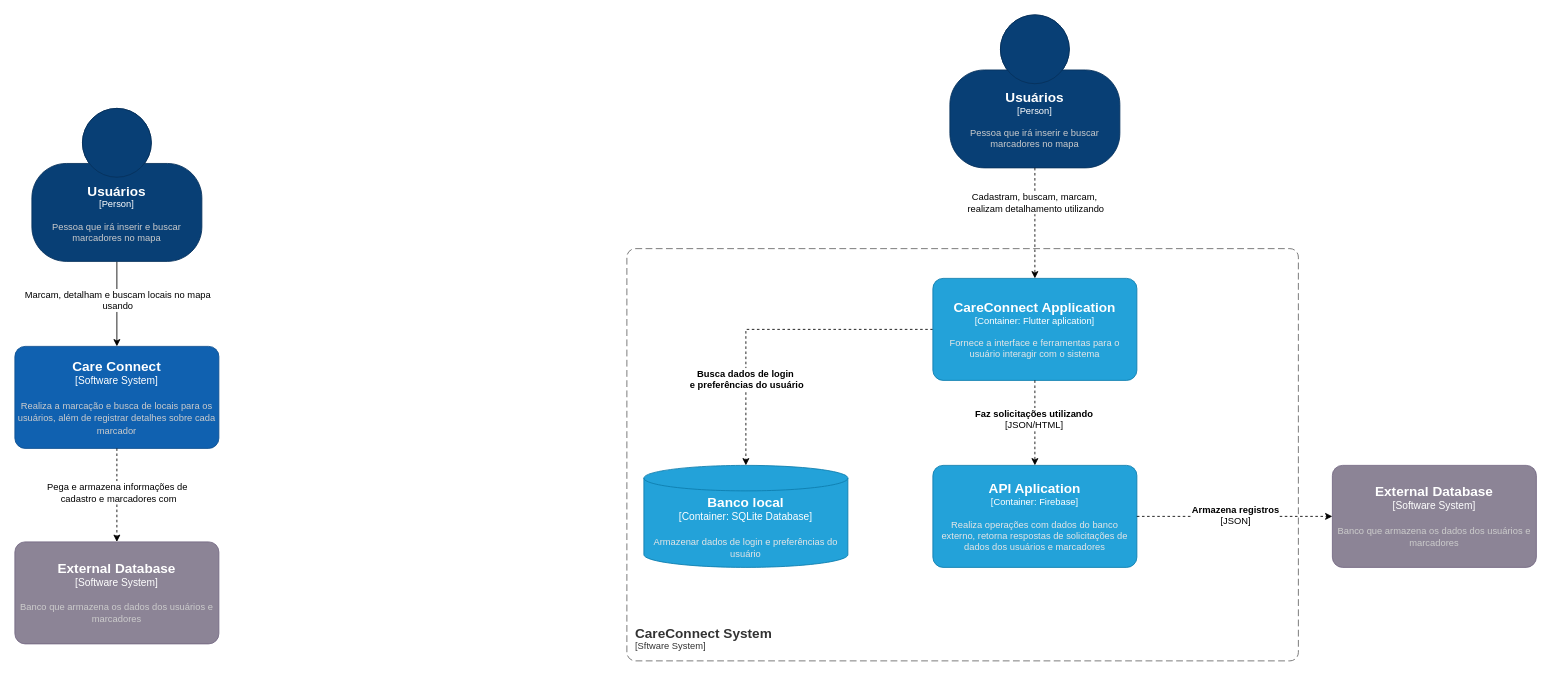
The draw.io diagram page "Nivel 1" (1 of 4) of C2_C4Model.drawio in MiguelStFR/CareConnect, before the edit. Source tidied: cells renumbered, new cells numbered last; positions are measured from the earlier drawing's top-left corner, leaving out a move shared by most shapes. Both pictures are drawn from the tidied source at 85%, with x=0, y=0 at pixel (14, 14).
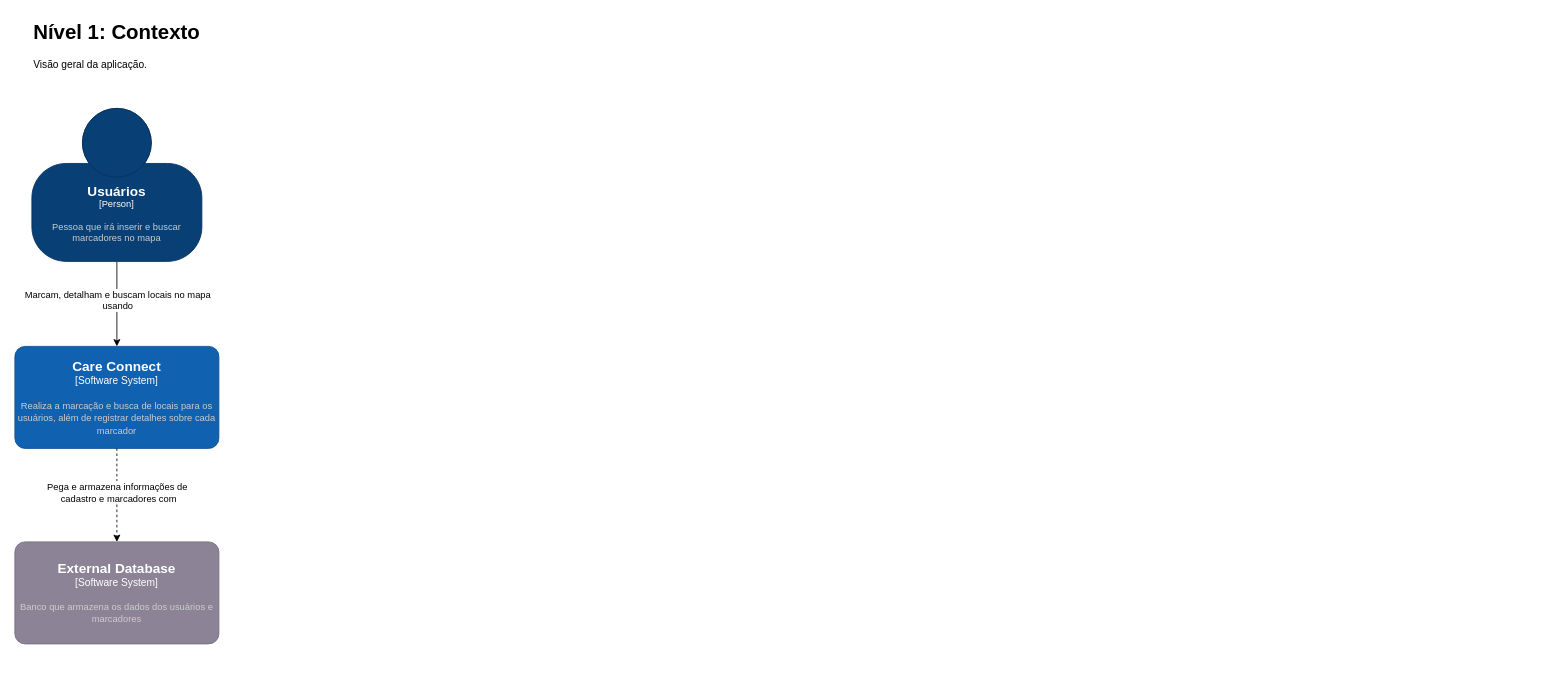
Above is the later version.

Diff of the diagram source:
```diff
@@
-    <object id="9" label="&lt;font style=&quot;font-size: 16px&quot;&gt;&lt;b&gt;%c4Name%&lt;/b&gt;&lt;/font&gt;&lt;div&gt;[%c4Type%]&lt;/div&gt;&lt;br&gt;&lt;div&gt;&lt;font style=&quot;font-size: 11px&quot;&gt;&lt;font color=&quot;#cccccc&quot;&gt;%c4Description%&lt;/font&gt;&lt;/div&gt;" c4Description="Pessoa que irá inserir e buscar marcadores no mapa" c4Name="Usuários" c4Type="Person" placeholders="1">
-      <mxCell style="html=1;fontSize=11;dashed=0;whiteSpace=wrap;fillColor=#083F75;strokeColor=#06315C;fontColor=#ffffff;shape=mxgraph.c4.person2;align=center;points=[[0.5,0,0],[1,0.5,0],[1,0.75,0],[0.75,1,0],[0.5,1,0],[0.25,1,0],[0,0.75,0],[0,0.5,0]];" parent="1" vertex="1">
-        <mxGeometry x="1100" width="200" height="180" as="geometry" />
-      </mxCell>
-    </object>
-    <object id="10" label="&lt;font style=&quot;font-size: 16px&quot;&gt;&lt;b&gt;&lt;div style=&quot;text-align: left&quot;&gt;%c4Name%&lt;/div&gt;&lt;/b&gt;&lt;/font&gt;&lt;div style=&quot;text-align: left&quot;&gt;[%c4Application%]&lt;/div&gt;" c4Application="Sftware System" c4Name="CareConnect System" placeholders="1">
-      <mxCell style="rounded=1;fontSize=11;whiteSpace=wrap;html=1;dashed=1;arcSize=20;fillColor=none;strokeColor=#666666;fontColor=#333333;labelBackgroundColor=none;align=left;verticalAlign=bottom;labelBorderColor=none;spacingTop=0;spacing=10;dashPattern=8 4;perimeter=rectanglePerimeter;noLabel=0;labelPadding=0;absoluteArcSize=1;" parent="1" vertex="1">
-        <mxGeometry x="720" y="275" width="790" height="485" as="geometry" />
-      </mxCell>
-    </object>
-    <object id="11" label="&lt;font style=&quot;font-size: 16px&quot;&gt;&lt;b&gt;%c4Name%&lt;/b&gt;&lt;/font&gt;&lt;div&gt;[%c4Type%:&amp;nbsp;%c4Technology%]&lt;/div&gt;&lt;br&gt;&lt;div&gt;&lt;font style=&quot;font-size: 11px&quot;&gt;&lt;font color=&quot;#E6E6E6&quot;&gt;%c4Description%&lt;/font&gt;&lt;/div&gt;" c4Description="Armazenar dados de login e preferências do usuário" c4Name="Banco local" c4Technology="SQLite Database" c4Type="Container" placeholders="1">
-      <mxCell style="shape=cylinder3;size=15;whiteSpace=wrap;html=1;boundedLbl=1;rounded=0;labelBackgroundColor=none;fillColor=#23A2D9;fontSize=12;fontColor=#ffffff;align=center;strokeColor=#0E7DAD;points=[[0.5,0,0],[1,0.25,0],[1,0.5,0],[1,0.75,0],[0.5,1,0],[0,0.75,0],[0,0.5,0],[0,0.25,0]];" parent="1" vertex="1">
-        <mxGeometry x="740" y="530" width="240" height="120" as="geometry" />
-      </mxCell>
-    </object>
-    <mxCell id="12" style="edgeStyle=orthogonalEdgeStyle;rounded=0;jettySize=auto;html=1;exitX=0;exitY=0.5;exitDx=0;exitDy=0;exitPerimeter=0;dashed=1;entryX=0.5;entryY=0;entryDx=0;entryDy=0;entryPerimeter=0;" parent="1" edge="1" source="14" target="11">
-      <mxGeometry relative="1" as="geometry" />
-    </mxCell>
-    <mxCell id="13" value="&lt;b&gt;Busca dados de login&amp;nbsp;&lt;/b&gt;&lt;div&gt;&lt;b&gt;e&amp;nbsp;&lt;/b&gt;&lt;b&gt;preferências&lt;/b&gt;&lt;b&gt;&amp;nbsp;do usuário&lt;/b&gt;&lt;/div&gt;" style="edgeLabel;html=1;align=center;verticalAlign=middle;" parent="12" vertex="1">
-      <mxGeometry x="0.33" y="-1" relative="1" as="geometry">
-        <mxPoint x="1" y="25" as="offset" />
-      </mxGeometry>
-    </mxCell>
-    <object id="14" label="&lt;font style=&quot;font-size: 16px&quot;&gt;&lt;b&gt;%c4Name%&lt;/b&gt;&lt;/font&gt;&lt;div&gt;[%c4Type%: %c4Technology%]&lt;/div&gt;&lt;br&gt;&lt;div&gt;&lt;font style=&quot;font-size: 11px&quot;&gt;&lt;font color=&quot;#E6E6E6&quot;&gt;%c4Description%&lt;/font&gt;&lt;/div&gt;" c4Description="Fornece a interface e ferramentas para o usuário interagir com o sistema" c4Name="CareConnect Application" c4Technology="Flutter aplication" c4Type="Container" placeholders="1">
-      <mxCell style="rounded=1;whiteSpace=wrap;html=1;fontSize=11;labelBackgroundColor=none;fillColor=#23A2D9;fontColor=#ffffff;align=center;arcSize=10;strokeColor=#0E7DAD;points=[[0.25,0,0],[0.5,0,0],[0.75,0,0],[1,0.25,0],[1,0.5,0],[1,0.75,0],[0.75,1,0],[0.5,1,0],[0.25,1,0],[0,0.75,0],[0,0.5,0],[0,0.25,0]];" parent="1" vertex="1">
-        <mxGeometry x="1080" y="310" width="240" height="120" as="geometry" />
-      </mxCell>
-    </object>
-    <mxCell id="15" style="edgeStyle=orthogonalEdgeStyle;rounded=0;jettySize=auto;html=1;exitX=0.5;exitY=1;exitDx=0;exitDy=0;exitPerimeter=0;entryX=0.5;entryY=0;entryDx=0;entryDy=0;entryPerimeter=0;dashed=1;" parent="1" edge="1" source="9" target="14">
-      <mxGeometry relative="1" as="geometry" />
-    </mxCell>
-    <mxCell id="16" value="Cadastram, buscam, marcam,&amp;nbsp;&lt;div&gt;realizam detalhamento utilizando&lt;/div&gt;" style="edgeLabel;html=1;align=center;verticalAlign=middle;" parent="15" vertex="1">
-      <mxGeometry y="-2" relative="1" as="geometry">
-        <mxPoint x="2" y="-25" as="offset" />
-      </mxGeometry>
-    </mxCell>
-    <object id="17" label="&lt;font style=&quot;font-size: 16px&quot;&gt;&lt;b&gt;%c4Name%&lt;/b&gt;&lt;/font&gt;&lt;div&gt;[%c4Type%: %c4Technology%]&lt;/div&gt;&lt;br&gt;&lt;div&gt;&lt;font style=&quot;font-size: 11px&quot;&gt;&lt;font color=&quot;#E6E6E6&quot;&gt;%c4Description%&lt;/font&gt;&lt;/div&gt;" c4Description="Realiza operações com dados do banco externo, retorna respostas de solicitações de dados dos usuários e marcadores" c4Name="API Aplication" c4Technology="Firebase" c4Type="Container" placeholders="1">
-      <mxCell style="rounded=1;whiteSpace=wrap;html=1;fontSize=11;labelBackgroundColor=none;fillColor=#23A2D9;fontColor=#ffffff;align=center;arcSize=10;strokeColor=#0E7DAD;points=[[0.25,0,0],[0.5,0,0],[0.75,0,0],[1,0.25,0],[1,0.5,0],[1,0.75,0],[0.75,1,0],[0.5,1,0],[0.25,1,0],[0,0.75,0],[0,0.5,0],[0,0.25,0]];" parent="1" vertex="1">
-        <mxGeometry x="1080" y="530" width="240" height="120" as="geometry" />
-      </mxCell>
-    </object>
-    <mxCell id="18" style="edgeStyle=orthogonalEdgeStyle;rounded=0;jettySize=auto;html=1;exitX=0.5;exitY=1;exitDx=0;exitDy=0;exitPerimeter=0;entryX=0.5;entryY=0;entryDx=0;entryDy=0;entryPerimeter=0;dashed=1;" parent="1" edge="1" source="14" target="17">
-      <mxGeometry relative="1" as="geometry" />
-    </mxCell>
-    <mxCell id="19" value="&lt;b&gt;Faz solicitações utilizando&lt;/b&gt;&lt;div&gt;[JSON/HTML]&lt;/div&gt;" style="edgeLabel;html=1;align=center;verticalAlign=middle;" parent="18" vertex="1">
-      <mxGeometry x="-0.11" y="-2" relative="1" as="geometry" />
-    </mxCell>
-    <object id="20" label="&lt;font style=&quot;font-size: 16px&quot;&gt;&lt;b&gt;%c4Name%&lt;/b&gt;&lt;/font&gt;&lt;div&gt;[%c4Type%]&lt;/div&gt;&lt;br&gt;&lt;div&gt;&lt;font style=&quot;font-size: 11px&quot;&gt;&lt;font color=&quot;#cccccc&quot;&gt;%c4Description%&lt;/font&gt;&lt;/div&gt;" c4Description="Banco que armazena os dados dos usuários e marcadores" c4Name="External Database" c4Type="Software System" placeholders="1">
-      <mxCell style="rounded=1;whiteSpace=wrap;html=1;labelBackgroundColor=none;fillColor=#8C8496;fontColor=#ffffff;align=center;arcSize=10;strokeColor=#736782;points=[[0.25,0,0],[0.5,0,0],[0.75,0,0],[1,0.25,0],[1,0.5,0],[1,0.75,0],[0.75,1,0],[0.5,1,0],[0.25,1,0],[0,0.75,0],[0,0.5,0],[0,0.25,0]];" parent="1" vertex="1">
-        <mxGeometry x="1550" y="530" width="240" height="120" as="geometry" />
-      </mxCell>
-    </object>
-    <mxCell id="21" style="edgeStyle=orthogonalEdgeStyle;rounded=0;jettySize=auto;html=1;exitX=1;exitY=0.5;exitDx=0;exitDy=0;exitPerimeter=0;entryX=0;entryY=0.5;entryDx=0;entryDy=0;entryPerimeter=0;dashed=1;" parent="1" edge="1" source="17" target="20">
-      <mxGeometry relative="1" as="geometry" />
-    </mxCell>
-    <mxCell id="22" value="&lt;div&gt;&lt;b&gt;Armazena registros&lt;/b&gt;&lt;/div&gt;&lt;div&gt;[JSON]&lt;/div&gt;" style="edgeLabel;html=1;align=center;verticalAlign=middle;" parent="21" vertex="1">
-      <mxGeometry x="-0.01" y="2" relative="1" as="geometry">
-        <mxPoint x="1" as="offset" />
-      </mxGeometry>
-    </mxCell>
+    <mxCell id="23" value="&lt;h1 style=&quot;margin-top: 0px;&quot;&gt;Nível 1: Contexto&lt;/h1&gt;&lt;p&gt;Visão geral da aplicação.&lt;/p&gt;" style="text;html=1;whiteSpace=wrap;overflow=hidden;rounded=0;" parent="1" vertex="1">
+      <mxGeometry x="20" width="200" height="80" as="geometry" />
+    </mxCell>
```
